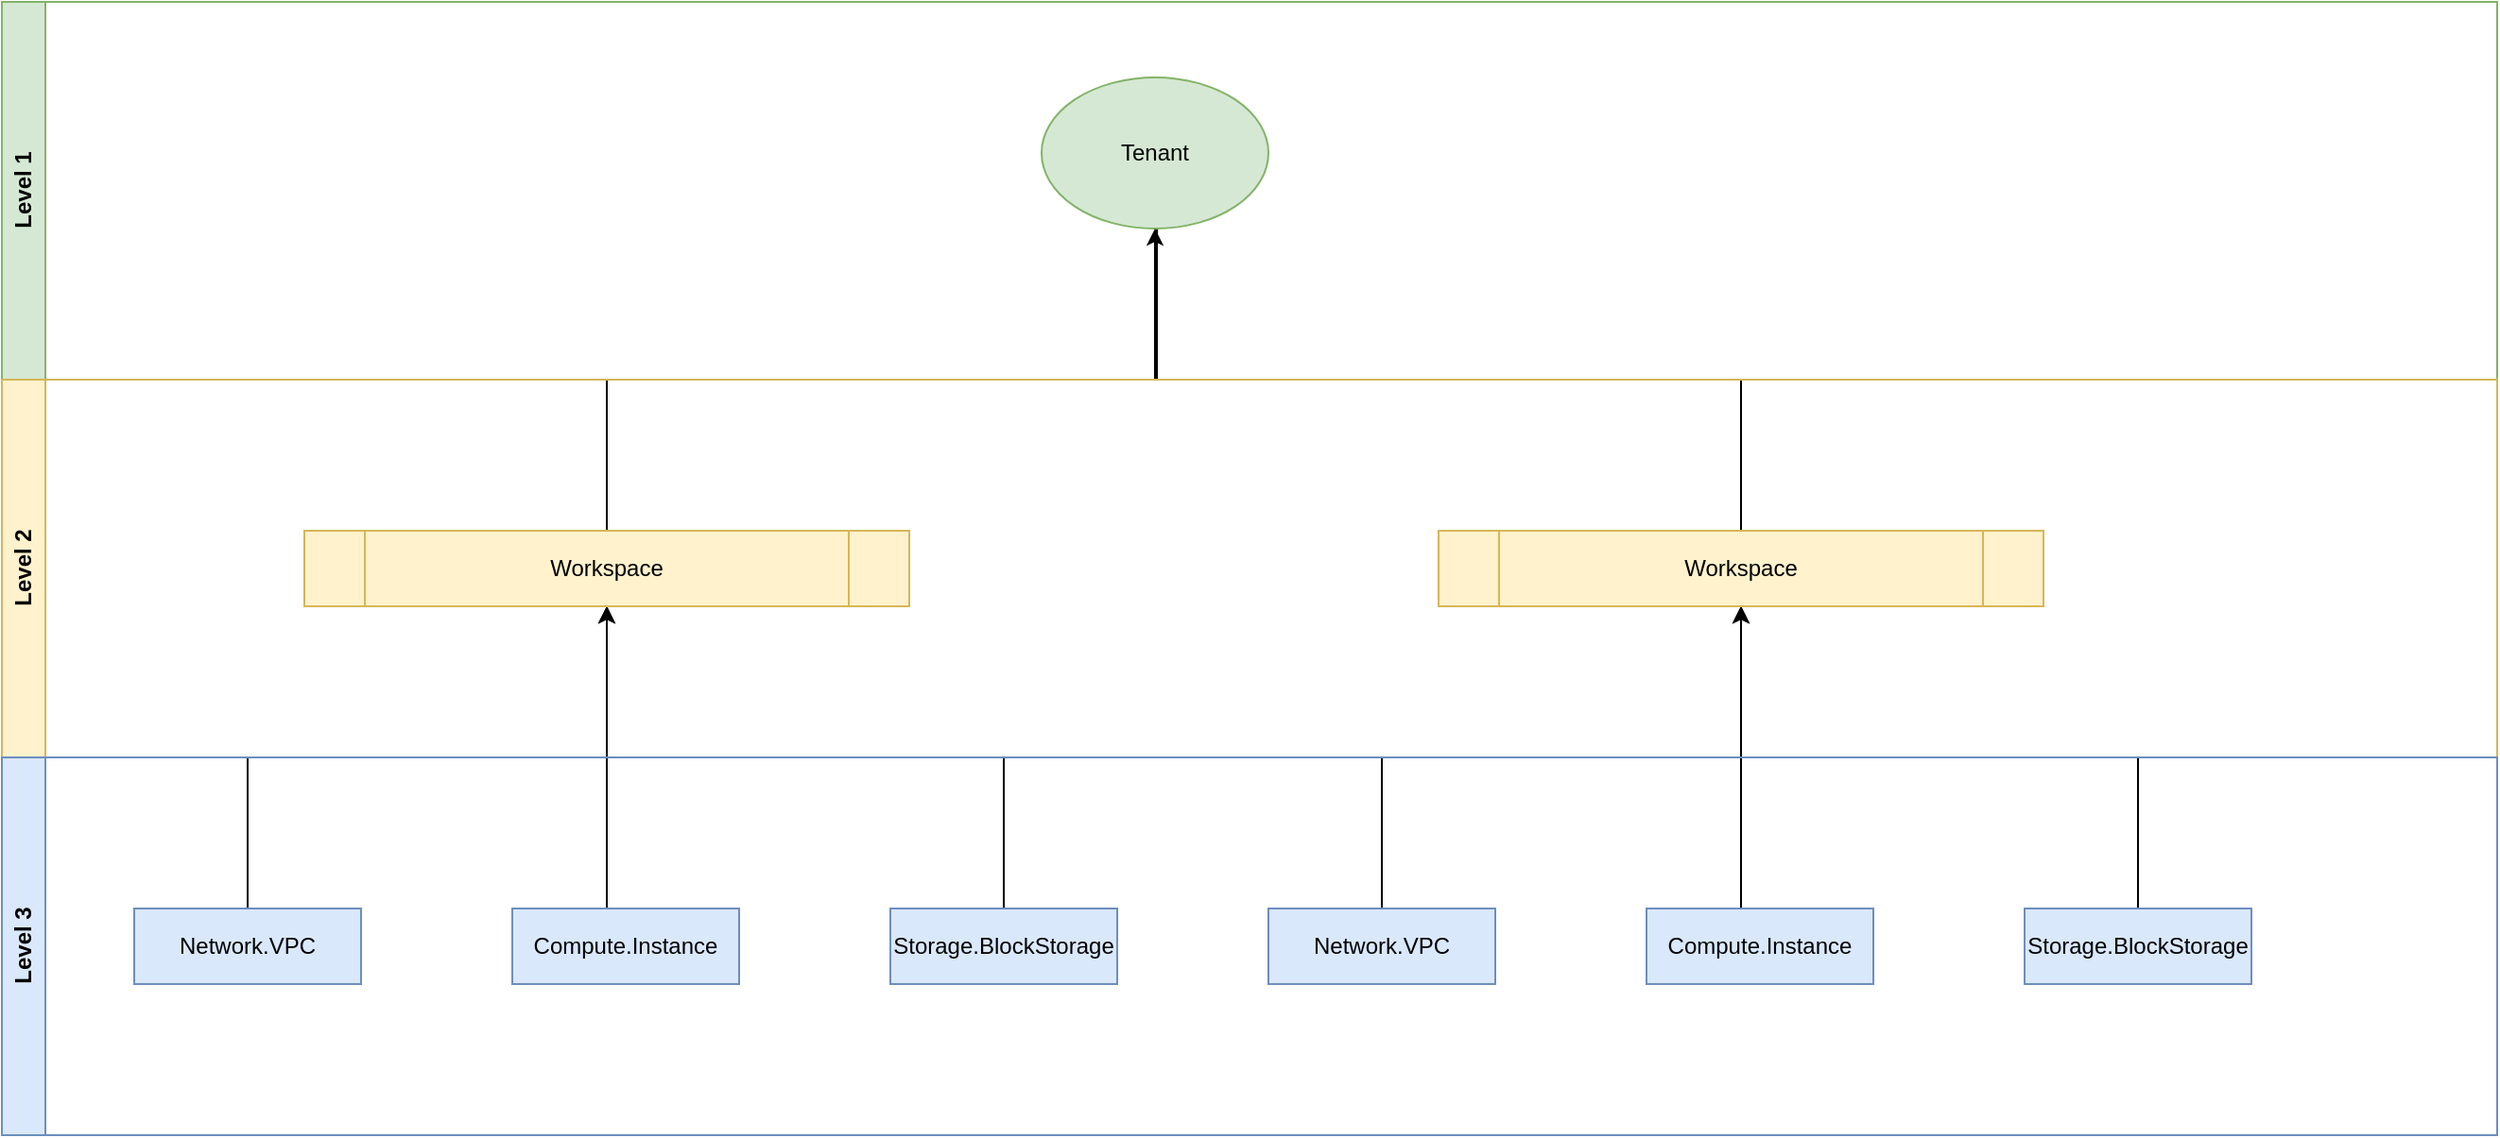
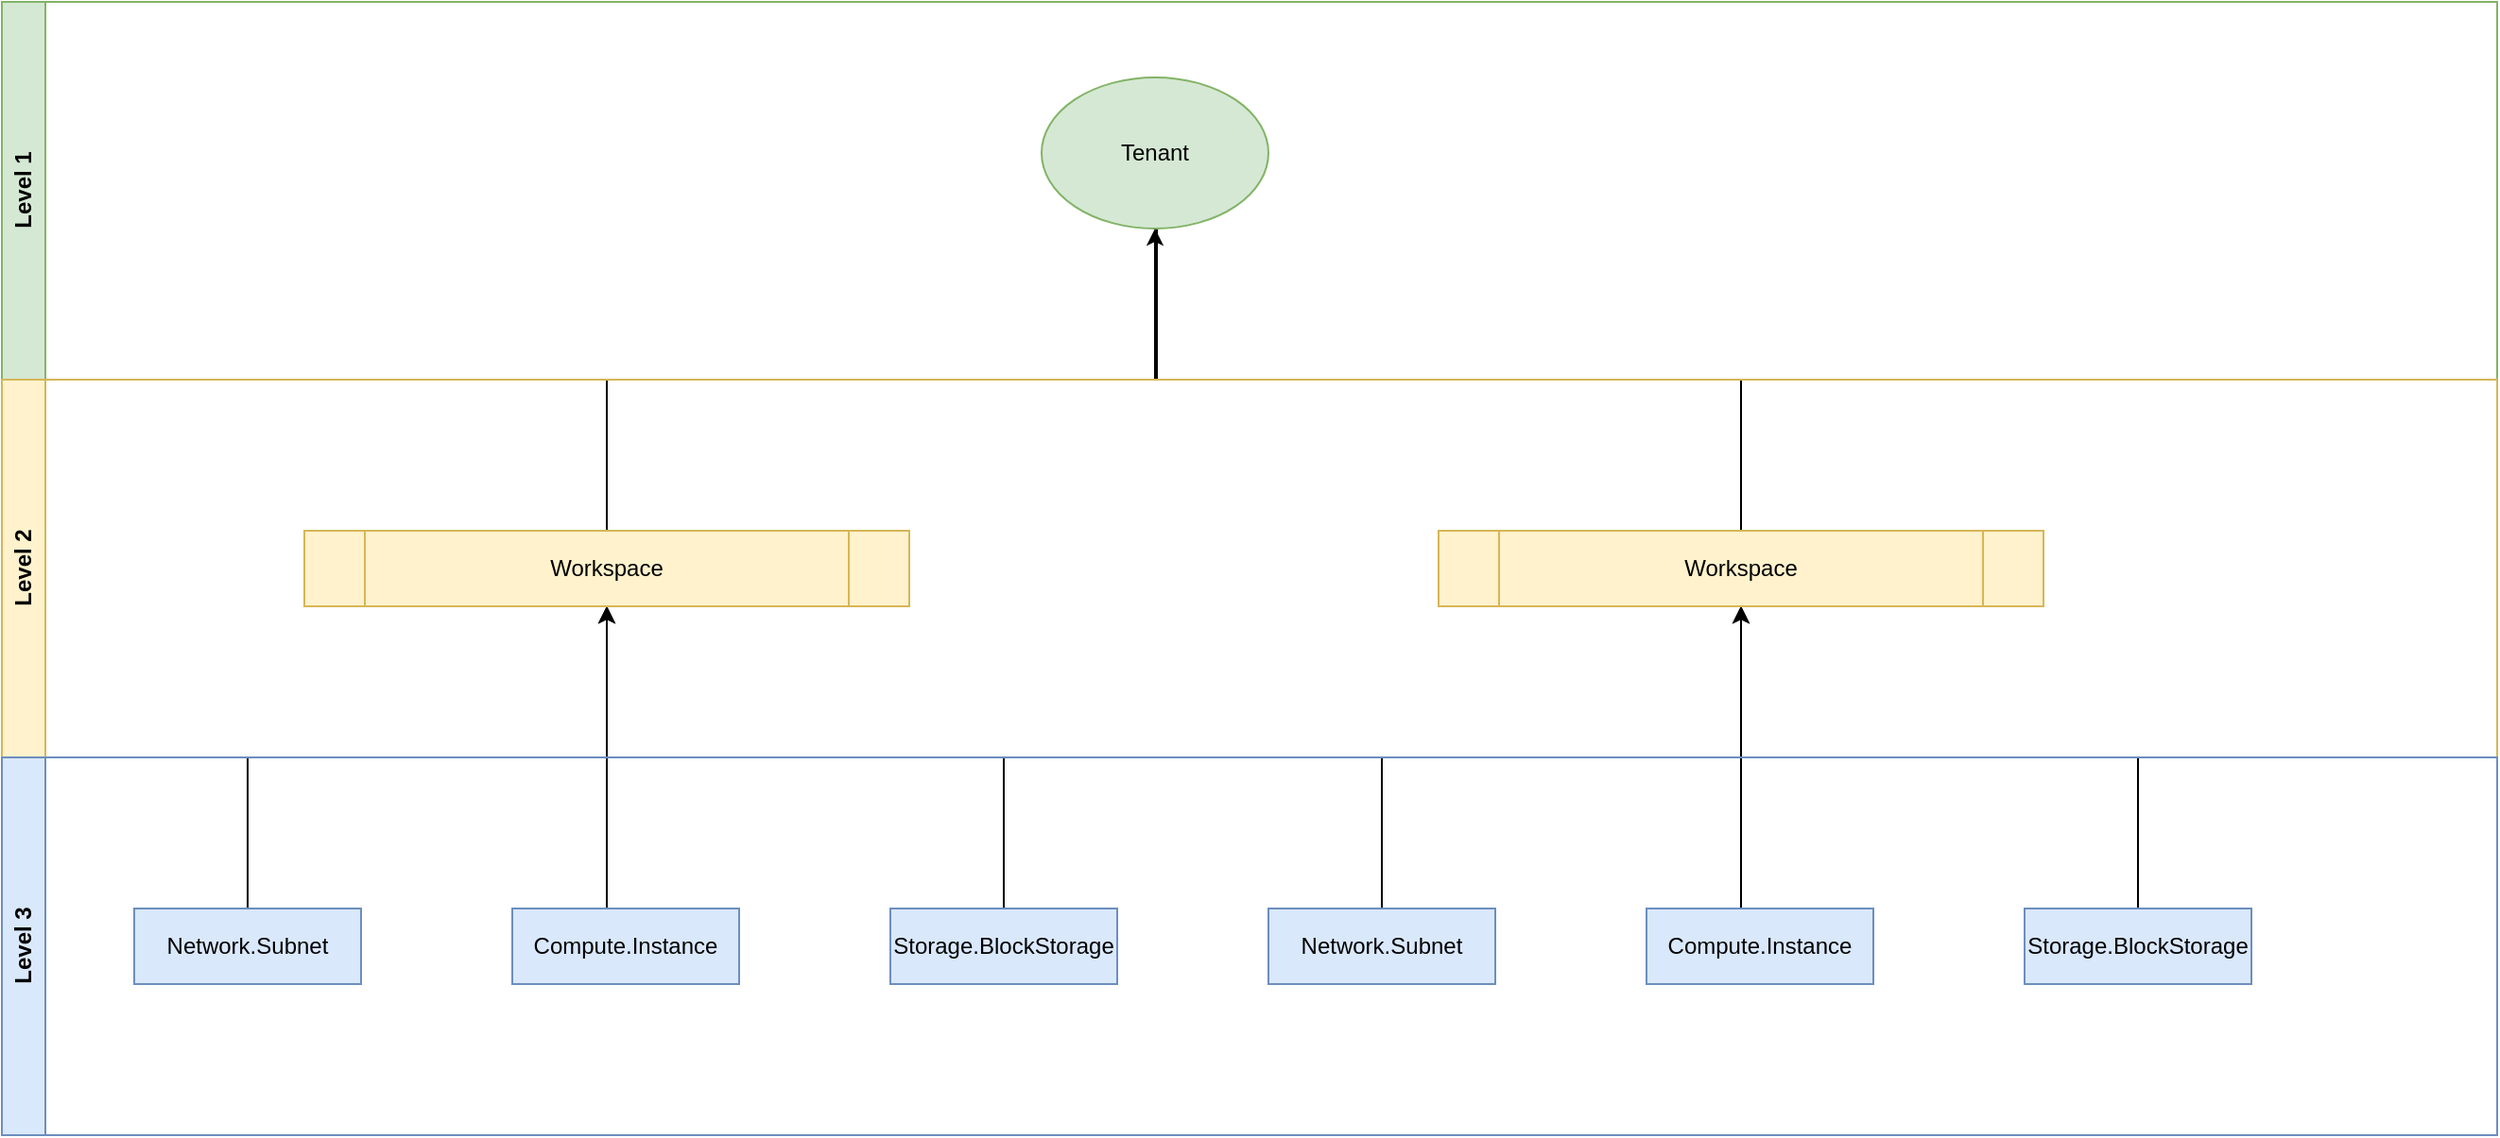
- <mxfile host="65bd71144e">
-     <diagram id="1l0XzUg_ljlebBTNrumK" name="Page-1">
-         <mxGraphModel dx="2368" dy="1381" grid="1" gridSize="10" guides="1" tooltips="1" connect="1" arrows="1" fold="1" page="1" pageScale="1" pageWidth="1169" pageHeight="827" math="0" shadow="0">
-             <root>
-                 <mxCell id="0"/>
-                 <mxCell id="1" parent="0"/>
-                 <mxCell id="2" style="edgeStyle=orthogonalEdgeStyle;rounded=0;orthogonalLoop=1;jettySize=auto;html=1;entryX=0.5;entryY=1;entryDx=0;entryDy=0;" edge="1" parent="1" source="20" target="6">
-                     <mxGeometry relative="1" as="geometry">
-                         <Array as="points">
-                             <mxPoint x="200" y="290"/>
-                             <mxPoint x="200" y="290"/>
-                         </Array>
-                     </mxGeometry>
-                 </mxCell>
-                 <mxCell id="3" style="edgeStyle=orthogonalEdgeStyle;rounded=0;orthogonalLoop=1;jettySize=auto;html=1;entryX=0.5;entryY=1;entryDx=0;entryDy=0;" edge="1" parent="1" source="21" target="6">
-                     <mxGeometry relative="1" as="geometry"/>
-                 </mxCell>
-                 <mxCell id="4" style="edgeStyle=orthogonalEdgeStyle;rounded=0;orthogonalLoop=1;jettySize=auto;html=1;entryX=0.5;entryY=1;entryDx=0;entryDy=0;" edge="1" parent="1" source="19" target="6">
-                     <mxGeometry relative="1" as="geometry"/>
-                 </mxCell>
-                 <mxCell id="5" style="edgeStyle=orthogonalEdgeStyle;rounded=0;orthogonalLoop=1;jettySize=auto;html=1;" edge="1" parent="1" source="6">
-                     <mxGeometry relative="1" as="geometry">
-                         <mxPoint x="-110" as="targetPoint"/>
-                         <Array as="points">
-                             <mxPoint x="200" y="120"/>
-                             <mxPoint x="-109" y="120"/>
-                         </Array>
-                     </mxGeometry>
-                 </mxCell>
-                 <mxCell id="6" value="Workspace" style="shape=process;whiteSpace=wrap;html=1;backgroundOutline=1;fillColor=#fff2cc;strokeColor=#d6b656;" vertex="1" parent="1">
-                     <mxGeometry x="40" y="200" width="320" height="40" as="geometry"/>
-                 </mxCell>
-                 <mxCell id="7" value="Tenant" style="ellipse;whiteSpace=wrap;html=1;fillColor=#d5e8d4;strokeColor=#82b366;" vertex="1" parent="1">
-                     <mxGeometry x="-170" y="-40" width="120" height="80" as="geometry"/>
-                 </mxCell>
-                 <mxCell id="8" style="edgeStyle=orthogonalEdgeStyle;rounded=0;orthogonalLoop=1;jettySize=auto;html=1;entryX=0.5;entryY=1;entryDx=0;entryDy=0;" edge="1" parent="1" source="17" target="12">
-                     <mxGeometry relative="1" as="geometry">
-                         <Array as="points">
-                             <mxPoint x="-400" y="290"/>
-                             <mxPoint x="-400" y="290"/>
-                         </Array>
-                     </mxGeometry>
-                 </mxCell>
-                 <mxCell id="9" style="edgeStyle=orthogonalEdgeStyle;rounded=0;orthogonalLoop=1;jettySize=auto;html=1;entryX=0.5;entryY=1;entryDx=0;entryDy=0;" edge="1" parent="1" source="18" target="12">
-                     <mxGeometry relative="1" as="geometry"/>
-                 </mxCell>
-                 <mxCell id="10" style="edgeStyle=orthogonalEdgeStyle;rounded=0;orthogonalLoop=1;jettySize=auto;html=1;entryX=0.5;entryY=1;entryDx=0;entryDy=0;" edge="1" parent="1" source="16" target="12">
-                     <mxGeometry relative="1" as="geometry"/>
-                 </mxCell>
-                 <mxCell id="11" style="edgeStyle=orthogonalEdgeStyle;rounded=0;orthogonalLoop=1;jettySize=auto;html=1;entryX=0.5;entryY=1;entryDx=0;entryDy=0;" edge="1" parent="1" source="12" target="7">
-                     <mxGeometry relative="1" as="geometry">
-                         <Array as="points">
-                             <mxPoint x="-400" y="120"/>
-                             <mxPoint x="-110" y="120"/>
-                         </Array>
-                     </mxGeometry>
-                 </mxCell>
-                 <mxCell id="12" value="Workspace" style="shape=process;whiteSpace=wrap;html=1;backgroundOutline=1;fillColor=#fff2cc;strokeColor=#d6b656;" vertex="1" parent="1">
-                     <mxGeometry x="-560" y="200" width="320" height="40" as="geometry"/>
-                 </mxCell>
-                 <mxCell id="13" value="Level 1" style="swimlane;horizontal=0;whiteSpace=wrap;html=1;startSize=23;fillColor=#d5e8d4;strokeColor=#82b366;" vertex="1" parent="1">
-                     <mxGeometry x="-720" y="-80" width="1320" height="200" as="geometry"/>
-                 </mxCell>
-                 <mxCell id="14" value="Level 2" style="swimlane;horizontal=0;whiteSpace=wrap;html=1;startSize=23;fillColor=#fff2cc;strokeColor=#d6b656;" vertex="1" parent="1">
-                     <mxGeometry x="-720" y="120" width="1320" height="200" as="geometry"/>
-                 </mxCell>
-                 <mxCell id="15" value="Level 3" style="swimlane;horizontal=0;whiteSpace=wrap;html=1;fillColor=#dae8fc;strokeColor=#6c8ebf;startSize=23;" vertex="1" parent="1">
-                     <mxGeometry x="-720" y="320" width="1320" height="200" as="geometry"/>
-                 </mxCell>
-                 <mxCell id="16" value="Network.VPC" style="rounded=0;whiteSpace=wrap;html=1;fillColor=#dae8fc;strokeColor=#6c8ebf;" vertex="1" parent="15">
-                     <mxGeometry x="70" y="80" width="120" height="40" as="geometry"/>
-                 </mxCell>
-                 <mxCell id="17" value="Compute.Instance" style="rounded=0;whiteSpace=wrap;html=1;fillColor=#dae8fc;strokeColor=#6c8ebf;" vertex="1" parent="15">
-                     <mxGeometry x="270" y="80" width="120" height="40" as="geometry"/>
-                 </mxCell>
-                 <mxCell id="18" value="Storage.BlockStorage" style="rounded=0;whiteSpace=wrap;html=1;fillColor=#dae8fc;strokeColor=#6c8ebf;" vertex="1" parent="15">
-                     <mxGeometry x="470" y="80" width="120" height="40" as="geometry"/>
-                 </mxCell>
-                 <mxCell id="19" value="Network.VPC" style="rounded=0;whiteSpace=wrap;html=1;fillColor=#dae8fc;strokeColor=#6c8ebf;" vertex="1" parent="15">
-                     <mxGeometry x="670" y="80" width="120" height="40" as="geometry"/>
-                 </mxCell>
-                 <mxCell id="20" value="Compute.Instance" style="rounded=0;whiteSpace=wrap;html=1;fillColor=#dae8fc;strokeColor=#6c8ebf;" vertex="1" parent="15">
-                     <mxGeometry x="870" y="80" width="120" height="40" as="geometry"/>
-                 </mxCell>
-                 <mxCell id="21" value="Storage.BlockStorage" style="rounded=0;whiteSpace=wrap;html=1;fillColor=#dae8fc;strokeColor=#6c8ebf;" vertex="1" parent="15">
-                     <mxGeometry x="1070" y="80" width="120" height="40" as="geometry"/>
-                 </mxCell>
-             </root>
-         </mxGraphModel>
-     </diagram>
- </mxfile>+ <mxfile host="Electron" agent="Mozilla/5.0 (Windows NT 10.0; Win64; x64) AppleWebKit/537.36 (KHTML, like Gecko) draw.io/27.0.9 Chrome/134.0.6998.205 Electron/35.4.0 Safari/537.36" version="27.0.9">
+   <diagram id="1l0XzUg_ljlebBTNrumK" name="Page-1">
+     <mxGraphModel dx="1955" dy="1343" grid="1" gridSize="10" guides="1" tooltips="1" connect="1" arrows="1" fold="1" page="1" pageScale="1" pageWidth="1169" pageHeight="827" math="0" shadow="0">
+       <root>
+         <mxCell id="0" />
+         <mxCell id="1" parent="0" />
+         <mxCell id="2" style="edgeStyle=orthogonalEdgeStyle;rounded=0;orthogonalLoop=1;jettySize=auto;html=1;entryX=0.5;entryY=1;entryDx=0;entryDy=0;" parent="1" source="20" target="6" edge="1">
+           <mxGeometry relative="1" as="geometry">
+             <Array as="points">
+               <mxPoint x="200" y="290" />
+               <mxPoint x="200" y="290" />
+             </Array>
+           </mxGeometry>
+         </mxCell>
+         <mxCell id="3" style="edgeStyle=orthogonalEdgeStyle;rounded=0;orthogonalLoop=1;jettySize=auto;html=1;entryX=0.5;entryY=1;entryDx=0;entryDy=0;" parent="1" source="21" target="6" edge="1">
+           <mxGeometry relative="1" as="geometry" />
+         </mxCell>
+         <mxCell id="4" style="edgeStyle=orthogonalEdgeStyle;rounded=0;orthogonalLoop=1;jettySize=auto;html=1;entryX=0.5;entryY=1;entryDx=0;entryDy=0;" parent="1" source="19" target="6" edge="1">
+           <mxGeometry relative="1" as="geometry" />
+         </mxCell>
+         <mxCell id="5" style="edgeStyle=orthogonalEdgeStyle;rounded=0;orthogonalLoop=1;jettySize=auto;html=1;" parent="1" source="6" edge="1">
+           <mxGeometry relative="1" as="geometry">
+             <mxPoint x="-110" as="targetPoint" />
+             <Array as="points">
+               <mxPoint x="200" y="120" />
+               <mxPoint x="-109" y="120" />
+             </Array>
+           </mxGeometry>
+         </mxCell>
+         <UserObject label="Workspace" link="https://spec.secapi.cloud/docs/content/Architecture/resource-organization#workspace" id="6">
+           <mxCell style="shape=process;whiteSpace=wrap;html=1;backgroundOutline=1;fillColor=#fff2cc;strokeColor=#d6b656;" parent="1" vertex="1">
+             <mxGeometry x="40" y="200" width="320" height="40" as="geometry" />
+           </mxCell>
+         </UserObject>
+         <UserObject label="Tenant" link="https://spec.secapi.cloud/docs/content/Architecture/resource-organization#tenant" id="7">
+           <mxCell style="ellipse;whiteSpace=wrap;html=1;fillColor=#d5e8d4;strokeColor=#82b366;" parent="1" vertex="1">
+             <mxGeometry x="-170" y="-40" width="120" height="80" as="geometry" />
+           </mxCell>
+         </UserObject>
+         <mxCell id="8" style="edgeStyle=orthogonalEdgeStyle;rounded=0;orthogonalLoop=1;jettySize=auto;html=1;entryX=0.5;entryY=1;entryDx=0;entryDy=0;" parent="1" source="17" target="12" edge="1">
+           <mxGeometry relative="1" as="geometry">
+             <Array as="points">
+               <mxPoint x="-400" y="290" />
+               <mxPoint x="-400" y="290" />
+             </Array>
+           </mxGeometry>
+         </mxCell>
+         <mxCell id="9" style="edgeStyle=orthogonalEdgeStyle;rounded=0;orthogonalLoop=1;jettySize=auto;html=1;entryX=0.5;entryY=1;entryDx=0;entryDy=0;" parent="1" source="18" target="12" edge="1">
+           <mxGeometry relative="1" as="geometry" />
+         </mxCell>
+         <mxCell id="10" style="edgeStyle=orthogonalEdgeStyle;rounded=0;orthogonalLoop=1;jettySize=auto;html=1;entryX=0.5;entryY=1;entryDx=0;entryDy=0;" parent="1" source="16" target="12" edge="1">
+           <mxGeometry relative="1" as="geometry" />
+         </mxCell>
+         <mxCell id="11" style="edgeStyle=orthogonalEdgeStyle;rounded=0;orthogonalLoop=1;jettySize=auto;html=1;entryX=0.5;entryY=1;entryDx=0;entryDy=0;" parent="1" source="12" target="7" edge="1">
+           <mxGeometry relative="1" as="geometry">
+             <Array as="points">
+               <mxPoint x="-400" y="120" />
+               <mxPoint x="-110" y="120" />
+             </Array>
+           </mxGeometry>
+         </mxCell>
+         <UserObject label="Workspace" link="https://spec.secapi.cloud/docs/content/Architecture/resource-organization#workspace" id="12">
+           <mxCell style="shape=process;whiteSpace=wrap;html=1;backgroundOutline=1;fillColor=#fff2cc;strokeColor=#d6b656;" parent="1" vertex="1">
+             <mxGeometry x="-560" y="200" width="320" height="40" as="geometry" />
+           </mxCell>
+         </UserObject>
+         <mxCell id="13" value="Level 1" style="swimlane;horizontal=0;whiteSpace=wrap;html=1;startSize=23;fillColor=#d5e8d4;strokeColor=#82b366;" parent="1" vertex="1">
+           <mxGeometry x="-720" y="-80" width="1320" height="200" as="geometry" />
+         </mxCell>
+         <mxCell id="14" value="Level 2" style="swimlane;horizontal=0;whiteSpace=wrap;html=1;startSize=23;fillColor=#fff2cc;strokeColor=#d6b656;" parent="1" vertex="1">
+           <mxGeometry x="-720" y="120" width="1320" height="200" as="geometry" />
+         </mxCell>
+         <mxCell id="15" value="Level 3" style="swimlane;horizontal=0;whiteSpace=wrap;html=1;fillColor=#dae8fc;strokeColor=#6c8ebf;startSize=23;" parent="1" vertex="1">
+           <mxGeometry x="-720" y="320" width="1320" height="200" as="geometry" />
+         </mxCell>
+         <mxCell id="16" value="Network.Subnet" style="rounded=0;whiteSpace=wrap;html=1;fillColor=#dae8fc;strokeColor=#6c8ebf;" parent="15" vertex="1">
+           <mxGeometry x="70" y="80" width="120" height="40" as="geometry" />
+         </mxCell>
+         <mxCell id="17" value="Compute.Instance" style="rounded=0;whiteSpace=wrap;html=1;fillColor=#dae8fc;strokeColor=#6c8ebf;" parent="15" vertex="1">
+           <mxGeometry x="270" y="80" width="120" height="40" as="geometry" />
+         </mxCell>
+         <mxCell id="18" value="Storage.BlockStorage" style="rounded=0;whiteSpace=wrap;html=1;fillColor=#dae8fc;strokeColor=#6c8ebf;" parent="15" vertex="1">
+           <mxGeometry x="470" y="80" width="120" height="40" as="geometry" />
+         </mxCell>
+         <mxCell id="19" value="Network.Subnet" style="rounded=0;whiteSpace=wrap;html=1;fillColor=#dae8fc;strokeColor=#6c8ebf;" parent="15" vertex="1">
+           <mxGeometry x="670" y="80" width="120" height="40" as="geometry" />
+         </mxCell>
+         <mxCell id="20" value="Compute.Instance" style="rounded=0;whiteSpace=wrap;html=1;fillColor=#dae8fc;strokeColor=#6c8ebf;" parent="15" vertex="1">
+           <mxGeometry x="870" y="80" width="120" height="40" as="geometry" />
+         </mxCell>
+         <mxCell id="21" value="Storage.BlockStorage" style="rounded=0;whiteSpace=wrap;html=1;fillColor=#dae8fc;strokeColor=#6c8ebf;" parent="15" vertex="1">
+           <mxGeometry x="1070" y="80" width="120" height="40" as="geometry" />
+         </mxCell>
+       </root>
+     </mxGraphModel>
+   </diagram>
+ </mxfile>
